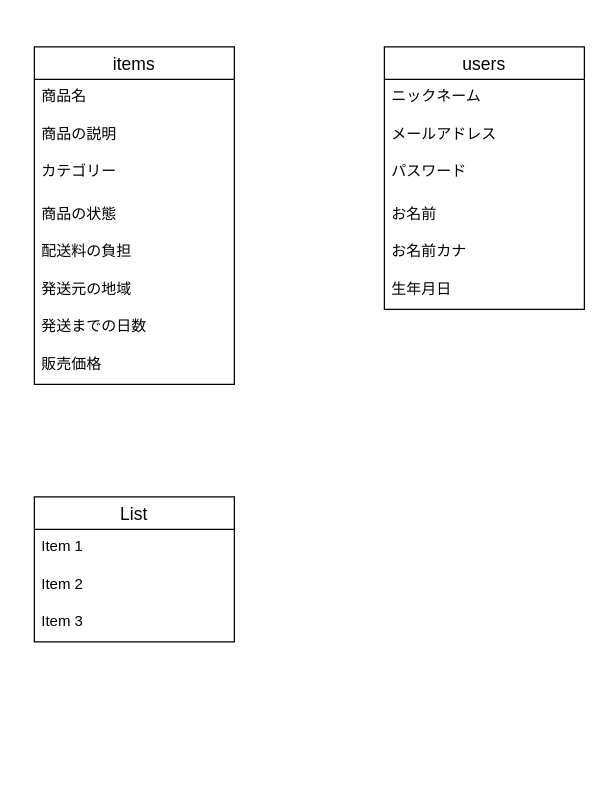
elegant-track/furima-41922 keeps this draw.io diagram as furima.dio. Above is the earlier version. Source tidied: cells renumbered, new cells numbered last; positions are measured from the earlier drawing's top-left corner, leaving out a move shared by most shapes. Both pictures are drawn from the tidied source at 125%, with x=0, y=0 at pixel (34, 46).
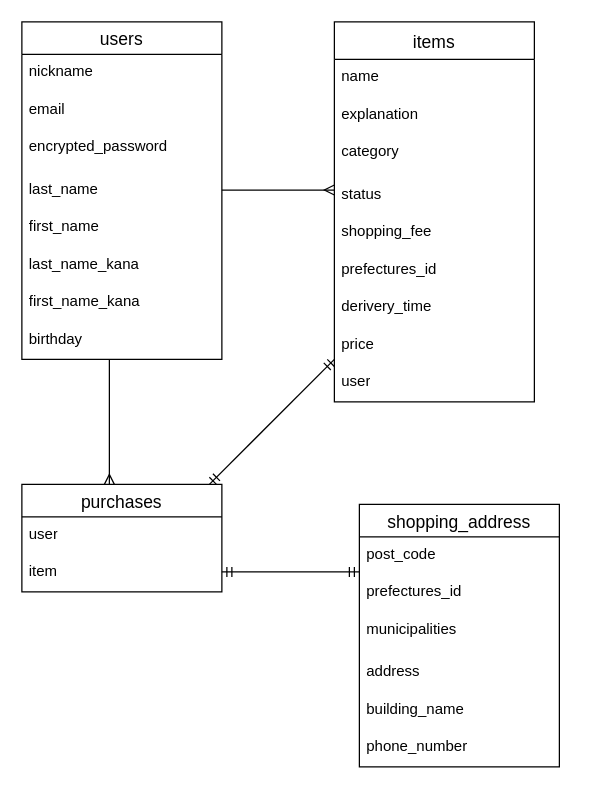
After the change.

The edit, as a diff of the source:
```diff
@@
-    <mxCell id="2" value="items" style="swimlane;fontStyle=0;horizontal=1;startSize=26;align=center;fontSize=14;" parent="1" vertex="1">
-      <mxGeometry width="160" height="270" as="geometry" />
+    <mxCell id="2" value="items" style="swimlane;fontStyle=0;horizontal=1;startSize=30;align=center;fontSize=14;" parent="1" vertex="1">
+      <mxGeometry x="240" y="-20" width="160" height="304" as="geometry" />
     </mxCell>
-    <mxCell id="3" value="商品名" style="text;strokeColor=none;fillColor=none;spacingLeft=4;spacingRight=4;overflow=hidden;fontSize=12;whiteSpace=wrap;html=1;" parent="2" vertex="1">
-      <mxGeometry y="26" width="160" height="30" as="geometry" />
+    <mxCell id="3" value="name" style="text;strokeColor=none;fillColor=none;spacingLeft=4;spacingRight=4;overflow=hidden;fontSize=12;whiteSpace=wrap;html=1;" parent="2" vertex="1">
+      <mxGeometry y="30" width="160" height="30" as="geometry" />
     </mxCell>
-    <mxCell id="4" value="商品の説明" style="text;strokeColor=none;fillColor=none;spacingLeft=4;spacingRight=4;overflow=hidden;fontSize=12;whiteSpace=wrap;html=1;" parent="2" vertex="1">
-      <mxGeometry y="56" width="160" height="30" as="geometry" />
+    <mxCell id="4" value="explanation" style="text;strokeColor=none;fillColor=none;spacingLeft=4;spacingRight=4;overflow=hidden;fontSize=12;whiteSpace=wrap;html=1;" parent="2" vertex="1">
+      <mxGeometry y="60" width="160" height="30" as="geometry" />
     </mxCell>
-    <mxCell id="5" value="カテゴリー" style="text;strokeColor=none;fillColor=none;spacingLeft=4;spacingRight=4;overflow=hidden;fontSize=12;whiteSpace=wrap;html=1;" parent="2" vertex="1">
-      <mxGeometry y="86" width="160" height="124" as="geometry" />
+    <mxCell id="5" value="category" style="text;strokeColor=none;fillColor=none;spacingLeft=4;spacingRight=4;overflow=hidden;fontSize=12;whiteSpace=wrap;html=1;" parent="2" vertex="1">
+      <mxGeometry y="90" width="160" height="34" as="geometry" />
     </mxCell>
+    <mxCell id="20" value="status" style="text;strokeColor=none;fillColor=none;spacingLeft=4;spacingRight=4;overflow=hidden;fontSize=12;whiteSpace=wrap;html=1;" parent="2" vertex="1">
+      <mxGeometry y="124" width="160" height="30" as="geometry" />
+    </mxCell>
+    <mxCell id="19" value="shopping_fee" style="text;strokeColor=none;fillColor=none;spacingLeft=4;spacingRight=4;overflow=hidden;fontSize=12;whiteSpace=wrap;html=1;" parent="2" vertex="1">
+      <mxGeometry y="154" width="160" height="30" as="geometry" />
+    </mxCell>
+    <mxCell id="21" value="prefectures_id" style="text;strokeColor=none;fillColor=none;spacingLeft=4;spacingRight=4;overflow=hidden;fontSize=12;whiteSpace=wrap;html=1;" parent="2" vertex="1">
+      <mxGeometry y="184" width="160" height="30" as="geometry" />
+    </mxCell>
-    <mxCell id="6" value="発送までの日数" style="text;strokeColor=none;fillColor=none;spacingLeft=4;spacingRight=4;overflow=hidden;fontSize=12;whiteSpace=wrap;html=1;" parent="2" vertex="1">
-      <mxGeometry y="210" width="160" height="30" as="geometry" />
+    <mxCell id="6" value="derivery_time" style="text;strokeColor=none;fillColor=none;spacingLeft=4;spacingRight=4;overflow=hidden;fontSize=12;whiteSpace=wrap;html=1;" parent="2" vertex="1">
+      <mxGeometry y="214" width="160" height="30" as="geometry" />
     </mxCell>
-    <mxCell id="7" value="販売価格" style="text;strokeColor=none;fillColor=none;spacingLeft=4;spacingRight=4;overflow=hidden;fontSize=12;whiteSpace=wrap;html=1;" parent="2" vertex="1">
-      <mxGeometry y="240" width="160" height="30" as="geometry" />
+    <mxCell id="7" value="price" style="text;strokeColor=none;fillColor=none;spacingLeft=4;spacingRight=4;overflow=hidden;fontSize=12;whiteSpace=wrap;html=1;" parent="2" vertex="1">
+      <mxGeometry y="244" width="160" height="30" as="geometry" />
     </mxCell>
+    <mxCell id="22" value="user" style="text;strokeColor=none;fillColor=none;spacingLeft=4;spacingRight=4;overflow=hidden;fontSize=12;whiteSpace=wrap;html=1;" parent="2" vertex="1">
+      <mxGeometry y="274" width="160" height="30" as="geometry" />
+    </mxCell>
-    <mxCell id="8" value="List" style="swimlane;fontStyle=0;horizontal=1;startSize=26;align=center;fontSize=14;" parent="1" vertex="1">
-      <mxGeometry y="360" width="160" height="116" as="geometry" />
+    <mxCell id="8" value="purchases" style="swimlane;fontStyle=0;horizontal=1;startSize=26;align=center;fontSize=14;" parent="1" vertex="1">
+      <mxGeometry x="-10" y="350" width="160" height="86" as="geometry" />
     </mxCell>
-    <mxCell id="9" value="Item 1" style="text;strokeColor=none;fillColor=none;spacingLeft=4;spacingRight=4;overflow=hidden;fontSize=12;whiteSpace=wrap;html=1;" parent="8" vertex="1">
+    <mxCell id="9" value="user" style="text;strokeColor=none;fillColor=none;spacingLeft=4;spacingRight=4;overflow=hidden;fontSize=12;whiteSpace=wrap;html=1;" parent="8" vertex="1">
       <mxGeometry y="26" width="160" height="30" as="geometry" />
     </mxCell>
-    <mxCell id="10" value="Item 2" style="text;strokeColor=none;fillColor=none;spacingLeft=4;spacingRight=4;overflow=hidden;fontSize=12;whiteSpace=wrap;html=1;" parent="8" vertex="1">
+    <mxCell id="10" value="item" style="text;strokeColor=none;fillColor=none;spacingLeft=4;spacingRight=4;overflow=hidden;fontSize=12;whiteSpace=wrap;html=1;" parent="8" vertex="1">
       <mxGeometry y="56" width="160" height="30" as="geometry" />
     </mxCell>
-    <mxCell id="11" value="Item 3" style="text;strokeColor=none;fillColor=none;spacingLeft=4;spacingRight=4;overflow=hidden;fontSize=12;whiteSpace=wrap;html=1;" parent="8" vertex="1">
-      <mxGeometry y="86" width="160" height="30" as="geometry" />
-    </mxCell>
     <mxCell id="12" value="users" style="swimlane;fontStyle=0;horizontal=1;startSize=26;align=center;fontSize=14;" parent="1" vertex="1">
-      <mxGeometry x="280" width="160" height="210" as="geometry" />
+      <mxGeometry x="-10" y="-20" width="160" height="270" as="geometry" />
     </mxCell>
-    <mxCell id="13" value="ニックネーム" style="text;strokeColor=none;fillColor=none;spacingLeft=4;spacingRight=4;overflow=hidden;fontSize=12;whiteSpace=wrap;html=1;" parent="12" vertex="1">
+    <mxCell id="13" value="nickname" style="text;strokeColor=none;fillColor=none;spacingLeft=4;spacingRight=4;overflow=hidden;fontSize=12;whiteSpace=wrap;html=1;" parent="12" vertex="1">
       <mxGeometry y="26" width="160" height="30" as="geometry" />
     </mxCell>
-    <mxCell id="14" value="メールアドレス" style="text;strokeColor=none;fillColor=none;spacingLeft=4;spacingRight=4;overflow=hidden;fontSize=12;whiteSpace=wrap;html=1;" parent="12" vertex="1">
+    <mxCell id="14" value="email" style="text;strokeColor=none;fillColor=none;spacingLeft=4;spacingRight=4;overflow=hidden;fontSize=12;whiteSpace=wrap;html=1;" parent="12" vertex="1">
       <mxGeometry y="56" width="160" height="30" as="geometry" />
     </mxCell>
-    <mxCell id="15" value="パスワード" style="text;strokeColor=none;fillColor=none;spacingLeft=4;spacingRight=4;overflow=hidden;fontSize=12;whiteSpace=wrap;html=1;" parent="12" vertex="1">
+    <mxCell id="15" value="encrypted_password" style="text;strokeColor=none;fillColor=none;spacingLeft=4;spacingRight=4;overflow=hidden;fontSize=12;whiteSpace=wrap;html=1;" parent="12" vertex="1">
       <mxGeometry y="86" width="160" height="34" as="geometry" />
     </mxCell>
-    <mxCell id="16" value="お名前" style="text;strokeColor=none;fillColor=none;spacingLeft=4;spacingRight=4;overflow=hidden;fontSize=12;whiteSpace=wrap;html=1;" parent="12" vertex="1">
+    <mxCell id="16" value="last_name" style="text;strokeColor=none;fillColor=none;spacingLeft=4;spacingRight=4;overflow=hidden;fontSize=12;whiteSpace=wrap;html=1;" parent="12" vertex="1">
       <mxGeometry y="120" width="160" height="30" as="geometry" />
     </mxCell>
-    <mxCell id="17" value="お名前カナ" style="text;strokeColor=none;fillColor=none;spacingLeft=4;spacingRight=4;overflow=hidden;fontSize=12;whiteSpace=wrap;html=1;" parent="12" vertex="1">
+    <mxCell id="17" value="first_name" style="text;strokeColor=none;fillColor=none;spacingLeft=4;spacingRight=4;overflow=hidden;fontSize=12;whiteSpace=wrap;html=1;" parent="12" vertex="1">
       <mxGeometry y="150" width="160" height="30" as="geometry" />
     </mxCell>
-    <mxCell id="18" value="生年月日" style="text;strokeColor=none;fillColor=none;spacingLeft=4;spacingRight=4;overflow=hidden;fontSize=12;whiteSpace=wrap;html=1;" parent="12" vertex="1">
+    <mxCell id="18" value="last_name_kana" style="text;strokeColor=none;fillColor=none;spacingLeft=4;spacingRight=4;overflow=hidden;fontSize=12;whiteSpace=wrap;html=1;" parent="12" vertex="1">
       <mxGeometry y="180" width="160" height="30" as="geometry" />
     </mxCell>
-    <mxCell id="19" value="配送料の負担" style="text;strokeColor=none;fillColor=none;spacingLeft=4;spacingRight=4;overflow=hidden;fontSize=12;whiteSpace=wrap;html=1;" parent="1" vertex="1">
-      <mxGeometry y="150" width="160" height="30" as="geometry" />
-    </mxCell>
-    <mxCell id="20" value="商品の状態" style="text;strokeColor=none;fillColor=none;spacingLeft=4;spacingRight=4;overflow=hidden;fontSize=12;whiteSpace=wrap;html=1;" parent="1" vertex="1">
-      <mxGeometry y="120" width="160" height="30" as="geometry" />
-    </mxCell>
-    <mxCell id="21" value="発送元の地域" style="text;strokeColor=none;fillColor=none;spacingLeft=4;spacingRight=4;overflow=hidden;fontSize=12;whiteSpace=wrap;html=1;" parent="1" vertex="1">
-      <mxGeometry y="180" width="160" height="30" as="geometry" />
-    </mxCell>
+    <mxCell id="23" value="first_name_kana" style="text;strokeColor=none;fillColor=none;spacingLeft=4;spacingRight=4;overflow=hidden;fontSize=12;whiteSpace=wrap;html=1;" parent="12" vertex="1">
+      <mxGeometry y="210" width="160" height="30" as="geometry" />
+    </mxCell>
+    <mxCell id="24" value="birthday" style="text;strokeColor=none;fillColor=none;spacingLeft=4;spacingRight=4;overflow=hidden;fontSize=12;whiteSpace=wrap;html=1;" parent="12" vertex="1">
+      <mxGeometry y="240" width="160" height="30" as="geometry" />
+    </mxCell>
+    <mxCell id="25" value="shopping_address" style="swimlane;fontStyle=0;horizontal=1;startSize=26;align=center;fontSize=14;" parent="1" vertex="1">
+      <mxGeometry x="260" y="366" width="160" height="210" as="geometry" />
+    </mxCell>
+    <mxCell id="26" value="post_code" style="text;strokeColor=none;fillColor=none;spacingLeft=4;spacingRight=4;overflow=hidden;fontSize=12;whiteSpace=wrap;html=1;" parent="25" vertex="1">
+      <mxGeometry y="26" width="160" height="30" as="geometry" />
+    </mxCell>
+    <mxCell id="27" value="prefectures_id" style="text;strokeColor=none;fillColor=none;spacingLeft=4;spacingRight=4;overflow=hidden;fontSize=12;whiteSpace=wrap;html=1;" parent="25" vertex="1">
+      <mxGeometry y="56" width="160" height="30" as="geometry" />
+    </mxCell>
+    <mxCell id="28" value="municipalities" style="text;strokeColor=none;fillColor=none;spacingLeft=4;spacingRight=4;overflow=hidden;fontSize=12;whiteSpace=wrap;html=1;" parent="25" vertex="1">
+      <mxGeometry y="86" width="160" height="34" as="geometry" />
+    </mxCell>
+    <mxCell id="29" value="address" style="text;strokeColor=none;fillColor=none;spacingLeft=4;spacingRight=4;overflow=hidden;fontSize=12;whiteSpace=wrap;html=1;" parent="25" vertex="1">
+      <mxGeometry y="120" width="160" height="30" as="geometry" />
+    </mxCell>
+    <mxCell id="30" value="building_name" style="text;strokeColor=none;fillColor=none;spacingLeft=4;spacingRight=4;overflow=hidden;fontSize=12;whiteSpace=wrap;html=1;" parent="25" vertex="1">
+      <mxGeometry y="150" width="160" height="30" as="geometry" />
+    </mxCell>
+    <mxCell id="31" value="phone_number" style="text;strokeColor=none;fillColor=none;spacingLeft=4;spacingRight=4;overflow=hidden;fontSize=12;whiteSpace=wrap;html=1;" parent="25" vertex="1">
+      <mxGeometry y="180" width="160" height="30" as="geometry" />
+    </mxCell>
+    <mxCell id="32" style="edgeStyle=orthogonalEdgeStyle;fontSize=12;html=1;endArrow=ERmany;curved=1;" parent="1" edge="1">
+      <mxGeometry relative="1" as="geometry">
+        <mxPoint x="150" y="114.5" as="sourcePoint" />
+        <mxPoint x="240" y="114.5" as="targetPoint" />
+      </mxGeometry>
+    </mxCell>
+    <mxCell id="33" style="edgeStyle=orthogonalEdgeStyle;fontSize=12;html=1;endArrow=ERmany;curved=1;" parent="1" edge="1">
+      <mxGeometry relative="1" as="geometry">
+        <mxPoint x="60" y="250" as="sourcePoint" />
+        <mxPoint x="60" y="350" as="targetPoint" />
+      </mxGeometry>
+    </mxCell>
+    <mxCell id="34" style="fontSize=12;html=1;endArrow=ERmandOne;startArrow=ERmandOne;" parent="1" edge="1">
+      <mxGeometry relative="1" as="geometry">
+        <mxPoint x="140" y="350" as="sourcePoint" />
+        <mxPoint x="240" y="250" as="targetPoint" />
+      </mxGeometry>
+    </mxCell>
+    <mxCell id="35" style="fontSize=12;html=1;endArrow=ERmandOne;startArrow=ERmandOne;edgeStyle=entityRelationEdgeStyle;" parent="1" edge="1">
+      <mxGeometry relative="1" as="geometry">
+        <mxPoint x="150" y="420" as="sourcePoint" />
+        <mxPoint x="260" y="420" as="targetPoint" />
+      </mxGeometry>
+    </mxCell>
```
